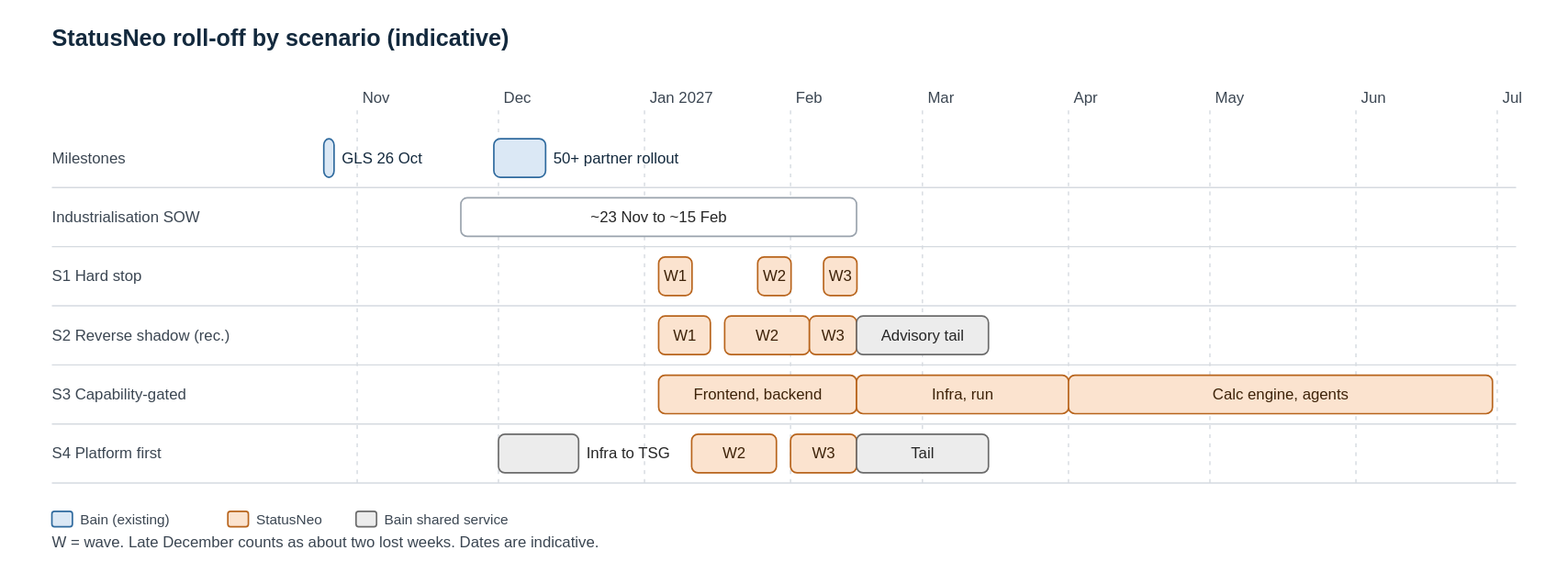
Before: context/post-gls-team-structure/diagrams/06-roll-off-timeline.drawio.svg, a diagram exported from draw.io (deanwang-bain/OC-TL). Source tidied: cells renumbered, new cells last; positions are measured from the earlier drawing's top-left corner, leaving out a move shared by most shapes. Source of this version:
```xml
<mxGraphModel>
  <root>
    <mxCell id="0" />
    <mxCell id="1" parent="0" />
    <mxCell id="2" value="StatusNeo roll-off by scenario (indicative)" style="text;html=1;fontSize=18;fontStyle=1;align=left;verticalAlign=middle;fontColor=#13293d;" parent="1" vertex="1">
      <mxGeometry width="900" height="28" as="geometry" />
    </mxCell>
    <mxCell id="3" style="endArrow=none;html=1;strokeColor=#d5dae0;dashed=1;" parent="1" edge="1">
      <mxGeometry relative="1" as="geometry">
        <mxPoint x="237.7" y="68" as="sourcePoint" />
        <mxPoint x="237.7" y="358" as="targetPoint" />
      </mxGeometry>
    </mxCell>
    <mxCell id="4" style="endArrow=none;html=1;strokeColor=#d5dae0;dashed=1;" parent="1" edge="1">
      <mxGeometry relative="1" as="geometry">
        <mxPoint x="347.7" y="68" as="sourcePoint" />
        <mxPoint x="347.7" y="358" as="targetPoint" />
      </mxGeometry>
    </mxCell>
    <mxCell id="5" style="endArrow=none;html=1;strokeColor=#d5dae0;dashed=1;" parent="1" edge="1">
      <mxGeometry relative="1" as="geometry">
        <mxPoint x="461.4" y="68" as="sourcePoint" />
        <mxPoint x="461.4" y="358" as="targetPoint" />
      </mxGeometry>
    </mxCell>
    <mxCell id="6" style="endArrow=none;html=1;strokeColor=#d5dae0;dashed=1;" parent="1" edge="1">
      <mxGeometry relative="1" as="geometry">
        <mxPoint x="575.1" y="68" as="sourcePoint" />
        <mxPoint x="575.1" y="358" as="targetPoint" />
      </mxGeometry>
    </mxCell>
    <mxCell id="7" style="endArrow=none;html=1;strokeColor=#d5dae0;dashed=1;" parent="1" edge="1">
      <mxGeometry relative="1" as="geometry">
        <mxPoint x="677.8" y="68" as="sourcePoint" />
        <mxPoint x="677.8" y="358" as="targetPoint" />
      </mxGeometry>
    </mxCell>
    <mxCell id="8" style="endArrow=none;html=1;strokeColor=#d5dae0;dashed=1;" parent="1" edge="1">
      <mxGeometry relative="1" as="geometry">
        <mxPoint x="791.5" y="68" as="sourcePoint" />
        <mxPoint x="791.5" y="358" as="targetPoint" />
      </mxGeometry>
    </mxCell>
    <mxCell id="9" style="endArrow=none;html=1;strokeColor=#d5dae0;dashed=1;" parent="1" edge="1">
      <mxGeometry relative="1" as="geometry">
        <mxPoint x="901.6" y="68" as="sourcePoint" />
        <mxPoint x="901.6" y="358" as="targetPoint" />
      </mxGeometry>
    </mxCell>
    <mxCell id="10" style="endArrow=none;html=1;strokeColor=#d5dae0;dashed=1;" parent="1" edge="1">
      <mxGeometry relative="1" as="geometry">
        <mxPoint x="1015.3" y="68" as="sourcePoint" />
        <mxPoint x="1015.3" y="358" as="targetPoint" />
      </mxGeometry>
    </mxCell>
    <mxCell id="11" style="endArrow=none;html=1;strokeColor=#d5dae0;dashed=1;" parent="1" edge="1">
      <mxGeometry relative="1" as="geometry">
        <mxPoint x="1125.3" y="68" as="sourcePoint" />
        <mxPoint x="1125.3" y="358" as="targetPoint" />
      </mxGeometry>
    </mxCell>
    <mxCell id="12" style="endArrow=none;html=1;strokeColor=#d5dae0;" parent="1" edge="1">
      <mxGeometry relative="1" as="geometry">
        <mxPoint y="128" as="sourcePoint" />
        <mxPoint x="1140" y="128" as="targetPoint" />
      </mxGeometry>
    </mxCell>
    <mxCell id="13" style="endArrow=none;html=1;strokeColor=#d5dae0;" parent="1" edge="1">
      <mxGeometry relative="1" as="geometry">
        <mxPoint y="174" as="sourcePoint" />
        <mxPoint x="1140" y="174" as="targetPoint" />
      </mxGeometry>
    </mxCell>
    <mxCell id="14" style="endArrow=none;html=1;strokeColor=#d5dae0;" parent="1" edge="1">
      <mxGeometry relative="1" as="geometry">
        <mxPoint y="220" as="sourcePoint" />
        <mxPoint x="1140" y="220" as="targetPoint" />
      </mxGeometry>
    </mxCell>
    <mxCell id="15" style="endArrow=none;html=1;strokeColor=#d5dae0;" parent="1" edge="1">
      <mxGeometry relative="1" as="geometry">
        <mxPoint y="266" as="sourcePoint" />
        <mxPoint x="1140" y="266" as="targetPoint" />
      </mxGeometry>
    </mxCell>
    <mxCell id="16" style="endArrow=none;html=1;strokeColor=#d5dae0;" parent="1" edge="1">
      <mxGeometry relative="1" as="geometry">
        <mxPoint y="312" as="sourcePoint" />
        <mxPoint x="1140" y="312" as="targetPoint" />
      </mxGeometry>
    </mxCell>
    <mxCell id="17" style="endArrow=none;html=1;strokeColor=#d5dae0;" parent="1" edge="1">
      <mxGeometry relative="1" as="geometry">
        <mxPoint y="358" as="sourcePoint" />
        <mxPoint x="1140" y="358" as="targetPoint" />
      </mxGeometry>
    </mxCell>
    <mxCell id="18" value="GLS 26 Oct" style="rounded=1;whiteSpace=wrap;html=1;fillColor=#dbe8f5;strokeColor=#2f6a9e;fontColor=#13293d;fontSize=12;labelPosition=right;verticalLabelPosition=middle;align=left;spacingLeft=4;" parent="1" vertex="1">
      <mxGeometry x="211.7" y="90" width="8" height="30" as="geometry" />
    </mxCell>
    <mxCell id="19" value="50+ partner rollout" style="rounded=1;whiteSpace=wrap;html=1;fillColor=#dbe8f5;strokeColor=#2f6a9e;fontColor=#13293d;fontSize=12;labelPosition=right;verticalLabelPosition=middle;align=left;spacingLeft=4;" parent="1" vertex="1">
      <mxGeometry x="344.1" y="90" width="40.3" height="30" as="geometry" />
    </mxCell>
    <mxCell id="20" value="~23 Nov to ~15 Feb" style="rounded=1;whiteSpace=wrap;html=1;fillColor=#ffffff;strokeColor=#9aa3ad;fontColor=#262626;fontSize=12;" parent="1" vertex="1">
      <mxGeometry x="318.4" y="136" width="308.1" height="30" as="geometry" />
    </mxCell>
    <mxCell id="21" value="W1" style="rounded=1;whiteSpace=wrap;html=1;fillColor=#fbe3cf;strokeColor=#b8641c;fontColor=#3d2208;fontSize=12;" parent="1" vertex="1">
      <mxGeometry x="472.4" y="182" width="26" height="30" as="geometry" />
    </mxCell>
    <mxCell id="22" value="W2" style="rounded=1;whiteSpace=wrap;html=1;fillColor=#fbe3cf;strokeColor=#b8641c;fontColor=#3d2208;fontSize=12;" parent="1" vertex="1">
      <mxGeometry x="549.5" y="182" width="26" height="30" as="geometry" />
    </mxCell>
    <mxCell id="23" value="W3" style="rounded=1;whiteSpace=wrap;html=1;fillColor=#fbe3cf;strokeColor=#b8641c;fontColor=#3d2208;fontSize=12;" parent="1" vertex="1">
      <mxGeometry x="600.8" y="182" width="26" height="30" as="geometry" />
    </mxCell>
    <mxCell id="24" value="W1" style="rounded=1;whiteSpace=wrap;html=1;fillColor=#fbe3cf;strokeColor=#b8641c;fontColor=#3d2208;fontSize=12;" parent="1" vertex="1">
      <mxGeometry x="472.4" y="228" width="40.3" height="30" as="geometry" />
    </mxCell>
    <mxCell id="25" value="W2" style="rounded=1;whiteSpace=wrap;html=1;fillColor=#fbe3cf;strokeColor=#b8641c;fontColor=#3d2208;fontSize=12;" parent="1" vertex="1">
      <mxGeometry x="523.8" y="228" width="66" height="30" as="geometry" />
    </mxCell>
    <mxCell id="26" value="W3" style="rounded=1;whiteSpace=wrap;html=1;fillColor=#fbe3cf;strokeColor=#b8641c;fontColor=#3d2208;fontSize=12;" parent="1" vertex="1">
      <mxGeometry x="589.8" y="228" width="36.7" height="30" as="geometry" />
    </mxCell>
    <mxCell id="27" value="Advisory tail" style="rounded=1;whiteSpace=wrap;html=1;fillColor=#ececec;strokeColor=#6b6b6b;fontColor=#262626;fontSize=12;" parent="1" vertex="1">
      <mxGeometry x="626.5" y="228" width="102.7" height="30" as="geometry" />
    </mxCell>
    <mxCell id="28" value="Frontend, backend" style="rounded=1;whiteSpace=wrap;html=1;fillColor=#fbe3cf;strokeColor=#b8641c;fontColor=#3d2208;fontSize=12;" parent="1" vertex="1">
      <mxGeometry x="472.4" y="274" width="154.1" height="30" as="geometry" />
    </mxCell>
    <mxCell id="29" value="Infra, run" style="rounded=1;whiteSpace=wrap;html=1;fillColor=#fbe3cf;strokeColor=#b8641c;fontColor=#3d2208;fontSize=12;" parent="1" vertex="1">
      <mxGeometry x="626.5" y="274" width="165.1" height="30" as="geometry" />
    </mxCell>
    <mxCell id="30" value="Calc engine, agents" style="rounded=1;whiteSpace=wrap;html=1;fillColor=#fbe3cf;strokeColor=#b8641c;fontColor=#3d2208;fontSize=12;" parent="1" vertex="1">
      <mxGeometry x="791.5" y="274" width="330.1" height="30" as="geometry" />
    </mxCell>
    <mxCell id="31" value="Infra to TSG" style="rounded=1;whiteSpace=wrap;html=1;fillColor=#ececec;strokeColor=#6b6b6b;fontColor=#262626;fontSize=12;labelPosition=right;verticalLabelPosition=middle;align=left;spacingLeft=4;" parent="1" vertex="1">
      <mxGeometry x="347.7" y="320" width="62.4" height="30" as="geometry" />
    </mxCell>
    <mxCell id="32" value="W2" style="rounded=1;whiteSpace=wrap;html=1;fillColor=#fbe3cf;strokeColor=#b8641c;fontColor=#3d2208;fontSize=12;" parent="1" vertex="1">
      <mxGeometry x="498.1" y="320" width="66" height="30" as="geometry" />
    </mxCell>
    <mxCell id="33" value="W3" style="rounded=1;whiteSpace=wrap;html=1;fillColor=#fbe3cf;strokeColor=#b8641c;fontColor=#3d2208;fontSize=12;" parent="1" vertex="1">
      <mxGeometry x="575.1" y="320" width="51.4" height="30" as="geometry" />
    </mxCell>
    <mxCell id="34" value="Tail" style="rounded=1;whiteSpace=wrap;html=1;fillColor=#ececec;strokeColor=#6b6b6b;fontColor=#262626;fontSize=12;" parent="1" vertex="1">
      <mxGeometry x="626.5" y="320" width="102.7" height="30" as="geometry" />
    </mxCell>
    <mxCell id="35" value="Nov" style="text;html=1;align=left;verticalAlign=middle;fontColor=#3b4652;" parent="1" vertex="1">
      <mxGeometry x="241.7" y="48" width="80" height="20" as="geometry" />
    </mxCell>
    <mxCell id="36" value="Dec" style="text;html=1;align=left;verticalAlign=middle;fontColor=#3b4652;" parent="1" vertex="1">
      <mxGeometry x="351.7" y="48" width="80" height="20" as="geometry" />
    </mxCell>
    <mxCell id="37" value="Jan 2027" style="text;html=1;align=left;verticalAlign=middle;fontColor=#3b4652;" parent="1" vertex="1">
      <mxGeometry x="465.4" y="48" width="80" height="20" as="geometry" />
    </mxCell>
    <mxCell id="38" value="Feb" style="text;html=1;align=left;verticalAlign=middle;fontColor=#3b4652;" parent="1" vertex="1">
      <mxGeometry x="579.1" y="48" width="80" height="20" as="geometry" />
    </mxCell>
    <mxCell id="39" value="Mar" style="text;html=1;align=left;verticalAlign=middle;fontColor=#3b4652;" parent="1" vertex="1">
      <mxGeometry x="681.8" y="48" width="80" height="20" as="geometry" />
    </mxCell>
    <mxCell id="40" value="Apr" style="text;html=1;align=left;verticalAlign=middle;fontColor=#3b4652;" parent="1" vertex="1">
      <mxGeometry x="795.5" y="48" width="80" height="20" as="geometry" />
    </mxCell>
    <mxCell id="41" value="May" style="text;html=1;align=left;verticalAlign=middle;fontColor=#3b4652;" parent="1" vertex="1">
      <mxGeometry x="905.6" y="48" width="80" height="20" as="geometry" />
    </mxCell>
    <mxCell id="42" value="Jun" style="text;html=1;align=left;verticalAlign=middle;fontColor=#3b4652;" parent="1" vertex="1">
      <mxGeometry x="1019.3" y="48" width="80" height="20" as="geometry" />
    </mxCell>
    <mxCell id="43" value="Jul" style="text;html=1;align=left;verticalAlign=middle;fontColor=#3b4652;" parent="1" vertex="1">
      <mxGeometry x="1129.3" y="48" width="80" height="20" as="geometry" />
    </mxCell>
    <mxCell id="44" value="Milestones" style="text;html=1;align=left;verticalAlign=middle;fontColor=#3b4652;" parent="1" vertex="1">
      <mxGeometry y="95" width="80" height="20" as="geometry" />
    </mxCell>
    <mxCell id="45" value="Industrialisation SOW" style="text;html=1;align=left;verticalAlign=middle;fontColor=#3b4652;" parent="1" vertex="1">
      <mxGeometry y="141" width="138.6" height="20" as="geometry" />
    </mxCell>
    <mxCell id="46" value="S1 Hard stop" style="text;html=1;align=left;verticalAlign=middle;fontColor=#3b4652;" parent="1" vertex="1">
      <mxGeometry y="187" width="80" height="20" as="geometry" />
    </mxCell>
    <mxCell id="47" value="S2 Reverse shadow (rec.)" style="text;html=1;align=left;verticalAlign=middle;fontColor=#3b4652;" parent="1" vertex="1">
      <mxGeometry y="233" width="158.4" height="20" as="geometry" />
    </mxCell>
    <mxCell id="48" value="S3 Capability-gated" style="text;html=1;align=left;verticalAlign=middle;fontColor=#3b4652;" parent="1" vertex="1">
      <mxGeometry y="279" width="125.4" height="20" as="geometry" />
    </mxCell>
    <mxCell id="49" value="S4 Platform first" style="text;html=1;align=left;verticalAlign=middle;fontColor=#3b4652;" parent="1" vertex="1">
      <mxGeometry y="325" width="112.2" height="20" as="geometry" />
    </mxCell>
    <mxCell id="50" value="W = wave. Late December counts as about two lost weeks. Dates are indicative." style="text;html=1;align=left;verticalAlign=middle;fontColor=#3b4652;" parent="1" vertex="1">
      <mxGeometry y="394" width="508.2" height="20" as="geometry" />
    </mxCell>
    <mxCell id="51" style="rounded=1;fillColor=#dbe8f5;strokeColor=#2f6a9e;" parent="1" vertex="1">
      <mxGeometry y="380" width="16" height="12" as="geometry" />
    </mxCell>
    <mxCell id="52" value="Bain (existing)" style="text;html=1;align=left;verticalAlign=middle;fontSize=11;fontColor=#3b4652;" parent="1" vertex="1">
      <mxGeometry x="20" y="376" width="103" height="20" as="geometry" />
    </mxCell>
    <mxCell id="53" style="rounded=1;fillColor=#fbe3cf;strokeColor=#b8641c;" parent="1" vertex="1">
      <mxGeometry x="137" y="380" width="16" height="12" as="geometry" />
    </mxCell>
    <mxCell id="54" value="StatusNeo" style="text;html=1;align=left;verticalAlign=middle;fontSize=11;fontColor=#3b4652;" parent="1" vertex="1">
      <mxGeometry x="157" y="376" width="65.8" height="20" as="geometry" />
    </mxCell>
    <mxCell id="55" style="rounded=1;fillColor=#ececec;strokeColor=#6b6b6b;" parent="1" vertex="1">
      <mxGeometry x="236.8" y="380" width="16" height="12" as="geometry" />
    </mxCell>
    <mxCell id="56" value="Bain shared service" style="text;html=1;align=left;verticalAlign=middle;fontSize=11;fontColor=#3b4652;" parent="1" vertex="1">
      <mxGeometry x="256.8" y="376" width="127.8" height="20" as="geometry" />
    </mxCell>
  </root>
</mxGraphModel>
```
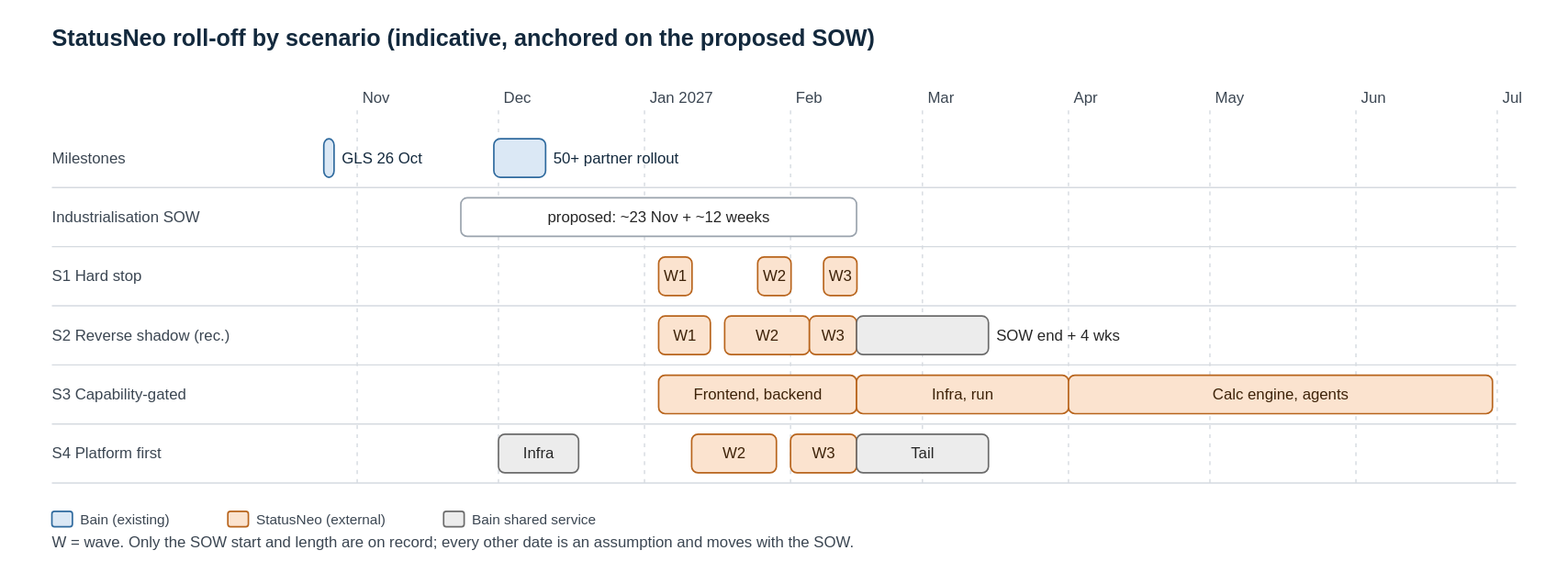
After the commit.

The edit, as a diff of the source:
```diff
@@ -2,7 +2,7 @@
   <root>
     <mxCell id="0" />
     <mxCell id="1" parent="0" />
-    <mxCell id="2" value="StatusNeo roll-off by scenario (indicative)" style="text;html=1;fontSize=18;fontStyle=1;align=left;verticalAlign=middle;fontColor=#13293d;" parent="1" vertex="1">
+    <mxCell id="2" value="StatusNeo roll-off by scenario (indicative, anchored on the proposed SOW)" style="text;html=1;fontSize=18;fontStyle=1;align=left;verticalAlign=middle;fontColor=#13293d;" parent="1" vertex="1">
       <mxGeometry width="900" height="28" as="geometry" />
     </mxCell>
     <mxCell id="3" style="endArrow=none;html=1;strokeColor=#d5dae0;dashed=1;" parent="1" edge="1">
@@ -101,7 +101,7 @@
     <mxCell id="19" value="50+ partner rollout" style="rounded=1;whiteSpace=wrap;html=1;fillColor=#dbe8f5;strokeColor=#2f6a9e;fontColor=#13293d;fontSize=12;labelPosition=right;verticalLabelPosition=middle;align=left;spacingLeft=4;" parent="1" vertex="1">
       <mxGeometry x="344.1" y="90" width="40.3" height="30" as="geometry" />
     </mxCell>
-    <mxCell id="20" value="~23 Nov to ~15 Feb" style="rounded=1;whiteSpace=wrap;html=1;fillColor=#ffffff;strokeColor=#9aa3ad;fontColor=#262626;fontSize=12;" parent="1" vertex="1">
+    <mxCell id="20" value="proposed: ~23 Nov + ~12 weeks" style="rounded=1;whiteSpace=wrap;html=1;fillColor=#ffffff;strokeColor=#9aa3ad;fontColor=#262626;fontSize=12;" parent="1" vertex="1">
       <mxGeometry x="318.4" y="136" width="308.1" height="30" as="geometry" />
     </mxCell>
     <mxCell id="21" value="W1" style="rounded=1;whiteSpace=wrap;html=1;fillColor=#fbe3cf;strokeColor=#b8641c;fontColor=#3d2208;fontSize=12;" parent="1" vertex="1">
@@ -122,7 +122,7 @@
     <mxCell id="26" value="W3" style="rounded=1;whiteSpace=wrap;html=1;fillColor=#fbe3cf;strokeColor=#b8641c;fontColor=#3d2208;fontSize=12;" parent="1" vertex="1">
       <mxGeometry x="589.8" y="228" width="36.7" height="30" as="geometry" />
     </mxCell>
-    <mxCell id="27" value="Advisory tail" style="rounded=1;whiteSpace=wrap;html=1;fillColor=#ececec;strokeColor=#6b6b6b;fontColor=#262626;fontSize=12;" parent="1" vertex="1">
+    <mxCell id="27" value="SOW end + 4 wks" style="rounded=1;whiteSpace=wrap;html=1;fillColor=#ececec;strokeColor=#6b6b6b;fontColor=#262626;fontSize=12;labelPosition=right;verticalLabelPosition=middle;align=left;spacingLeft=4;" parent="1" vertex="1">
       <mxGeometry x="626.5" y="228" width="102.7" height="30" as="geometry" />
     </mxCell>
     <mxCell id="28" value="Frontend, backend" style="rounded=1;whiteSpace=wrap;html=1;fillColor=#fbe3cf;strokeColor=#b8641c;fontColor=#3d2208;fontSize=12;" parent="1" vertex="1">
@@ -134,7 +134,7 @@
     <mxCell id="30" value="Calc engine, agents" style="rounded=1;whiteSpace=wrap;html=1;fillColor=#fbe3cf;strokeColor=#b8641c;fontColor=#3d2208;fontSize=12;" parent="1" vertex="1">
       <mxGeometry x="791.5" y="274" width="330.1" height="30" as="geometry" />
     </mxCell>
-    <mxCell id="31" value="Infra to TSG" style="rounded=1;whiteSpace=wrap;html=1;fillColor=#ececec;strokeColor=#6b6b6b;fontColor=#262626;fontSize=12;labelPosition=right;verticalLabelPosition=middle;align=left;spacingLeft=4;" parent="1" vertex="1">
+    <mxCell id="31" value="Infra" style="rounded=1;whiteSpace=wrap;html=1;fillColor=#ececec;strokeColor=#6b6b6b;fontColor=#262626;fontSize=12;" parent="1" vertex="1">
       <mxGeometry x="347.7" y="320" width="62.4" height="30" as="geometry" />
     </mxCell>
     <mxCell id="32" value="W2" style="rounded=1;whiteSpace=wrap;html=1;fillColor=#fbe3cf;strokeColor=#b8641c;fontColor=#3d2208;fontSize=12;" parent="1" vertex="1">
@@ -191,8 +191,8 @@
     <mxCell id="49" value="S4 Platform first" style="text;html=1;align=left;verticalAlign=middle;fontColor=#3b4652;" parent="1" vertex="1">
       <mxGeometry y="325" width="112.2" height="20" as="geometry" />
     </mxCell>
-    <mxCell id="50" value="W = wave. Late December counts as about two lost weeks. Dates are indicative." style="text;html=1;align=left;verticalAlign=middle;fontColor=#3b4652;" parent="1" vertex="1">
-      <mxGeometry y="394" width="508.2" height="20" as="geometry" />
+    <mxCell id="50" value="W = wave. Only the SOW start and length are on record; every other date is an assumption and moves with the SOW." style="text;html=1;align=left;verticalAlign=middle;fontColor=#3b4652;" parent="1" vertex="1">
+      <mxGeometry y="394" width="739.2" height="20" as="geometry" />
     </mxCell>
     <mxCell id="51" style="rounded=1;fillColor=#dbe8f5;strokeColor=#2f6a9e;" parent="1" vertex="1">
       <mxGeometry y="380" width="16" height="12" as="geometry" />
@@ -203,14 +203,14 @@
     <mxCell id="53" style="rounded=1;fillColor=#fbe3cf;strokeColor=#b8641c;" parent="1" vertex="1">
       <mxGeometry x="137" y="380" width="16" height="12" as="geometry" />
     </mxCell>
-    <mxCell id="54" value="StatusNeo" style="text;html=1;align=left;verticalAlign=middle;fontSize=11;fontColor=#3b4652;" parent="1" vertex="1">
-      <mxGeometry x="157" y="376" width="65.8" height="20" as="geometry" />
+    <mxCell id="54" value="StatusNeo (external)" style="text;html=1;align=left;verticalAlign=middle;fontSize=11;fontColor=#3b4652;" parent="1" vertex="1">
+      <mxGeometry x="157" y="376" width="134" height="20" as="geometry" />
     </mxCell>
-    <mxCell id="55" style="rounded=1;fillColor=#ececec;strokeColor=#6b6b6b;" parent="1" vertex="1">
-      <mxGeometry x="236.8" y="380" width="16" height="12" as="geometry" />
-    </mxCell>
+    <mxCell id="57" style="rounded=1;fillColor=#ececec;strokeColor=#6b6b6b;" parent="1" vertex="1">
+      <mxGeometry x="305" y="380" width="16" height="12" as="geometry" />
+    </mxCell>
     <mxCell id="56" value="Bain shared service" style="text;html=1;align=left;verticalAlign=middle;fontSize=11;fontColor=#3b4652;" parent="1" vertex="1">
-      <mxGeometry x="256.8" y="376" width="127.8" height="20" as="geometry" />
+      <mxGeometry x="325" y="376" width="127.8" height="20" as="geometry" />
     </mxCell>
   </root>
 </mxGraphModel>
```
